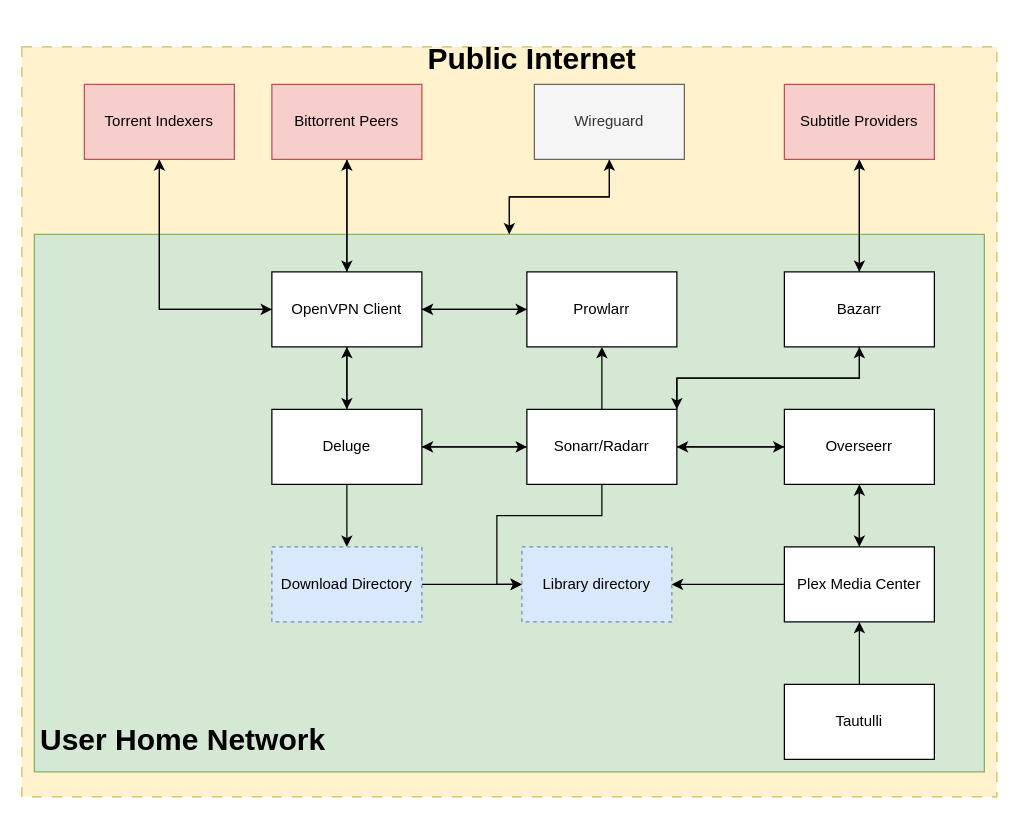
Before: img/architecture_diagram.drawio in Rick45/quick-arr-Stack, a draw.io diagram. Source tidied: cells renumbered, new cells numbered last; positions are measured from the earlier drawing's top-left corner, leaving out a move shared by most shapes. Both pictures are drawn from the tidied source at 125%, with x=0, y=0 at pixel (21, 34).
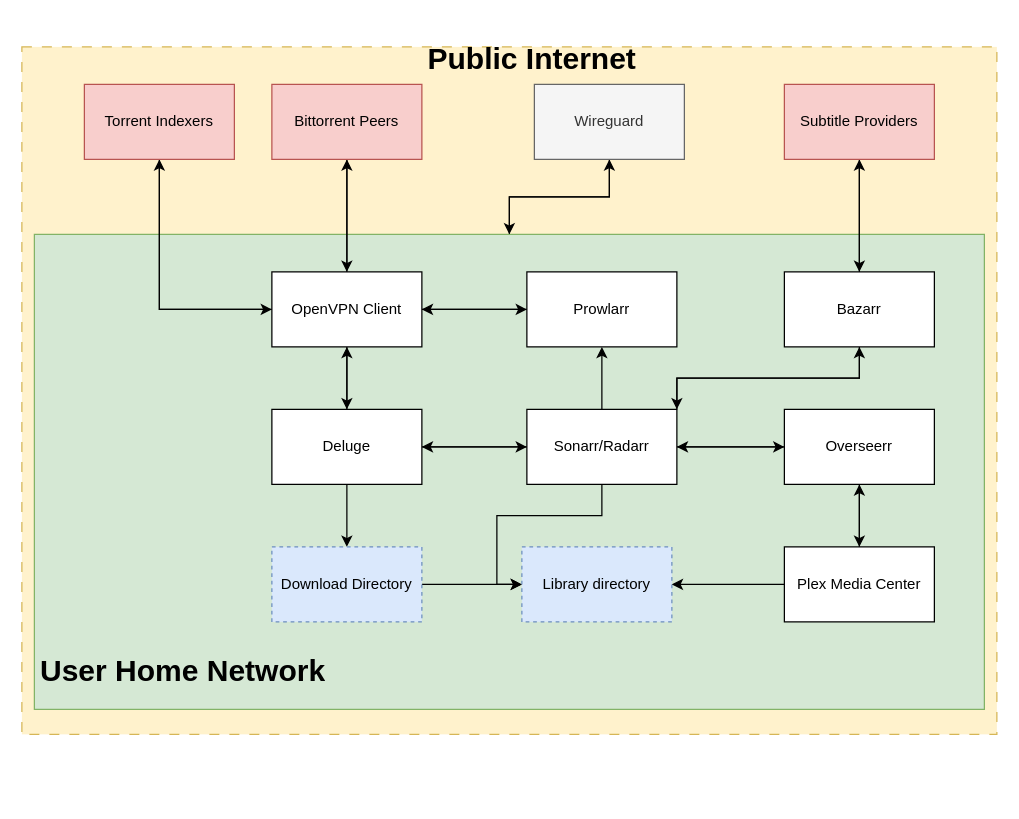
The same diagram, later.

Commit message (it also covers changes not shown here):
update architecture_diagram

removed extra box from the architecture_diagram

Unchanged cells that the change refers to:
```xml
<mxCell id="42" value="&lt;div&gt;Plex Media Center&lt;br&gt;&lt;/div&gt;" style="rounded=0;whiteSpace=wrap;html=1;" parent="1" vertex="1">
  <mxGeometry x="610" y="410" width="120" height="60" as="geometry" />
</mxCell>
```

Change to the diagram source:
```diff
@@
     <mxCell id="2" style="rounded=0;whiteSpace=wrap;html=1;dashed=1;dashPattern=8 8;fillColor=#fff2cc;strokeColor=#d6b656;" parent="1" vertex="1">
-      <mxGeometry y="10" width="780" height="600" as="geometry" />
+      <mxGeometry y="10" width="780" height="550" as="geometry" />
     </mxCell>
@@
     <mxCell id="4" style="rounded=0;whiteSpace=wrap;html=1;fillColor=#d5e8d4;strokeColor=#82b366;" parent="1" vertex="1">
-      <mxGeometry x="10" y="160" width="760" height="430" as="geometry" />
+      <mxGeometry x="10" y="160" width="760" height="380" as="geometry" />
     </mxCell>
@@
     <mxCell id="6" value="&lt;h1&gt;User Home Network&lt;br&gt;&lt;/h1&gt;&lt;p&gt;&lt;br&gt;&lt;/p&gt;" style="text;html=1;strokeColor=none;fillColor=none;spacing=5;spacingTop=-20;whiteSpace=wrap;overflow=hidden;rounded=0;" parent="1" vertex="1">
-      <mxGeometry x="10" y="545" width="300" height="40" as="geometry" />
+      <mxGeometry x="10" y="490" width="300" height="40" as="geometry" />
     </mxCell>
@@
-    <mxCell id="43" style="edgeStyle=orthogonalEdgeStyle;rounded=0;jettySize=auto;html=1;exitX=0.5;exitY=0;exitDx=0;exitDy=0;entryX=0.5;entryY=1;entryDx=0;entryDy=0;" parent="1" edge="1" source="44" target="42">
-      <mxGeometry relative="1" as="geometry" />
-    </mxCell>
-    <mxCell id="44" value="Tautulli" style="rounded=0;whiteSpace=wrap;html=1;" parent="1" vertex="1">
-      <mxGeometry x="610" y="520" width="120" height="60" as="geometry" />
-    </mxCell>
```
